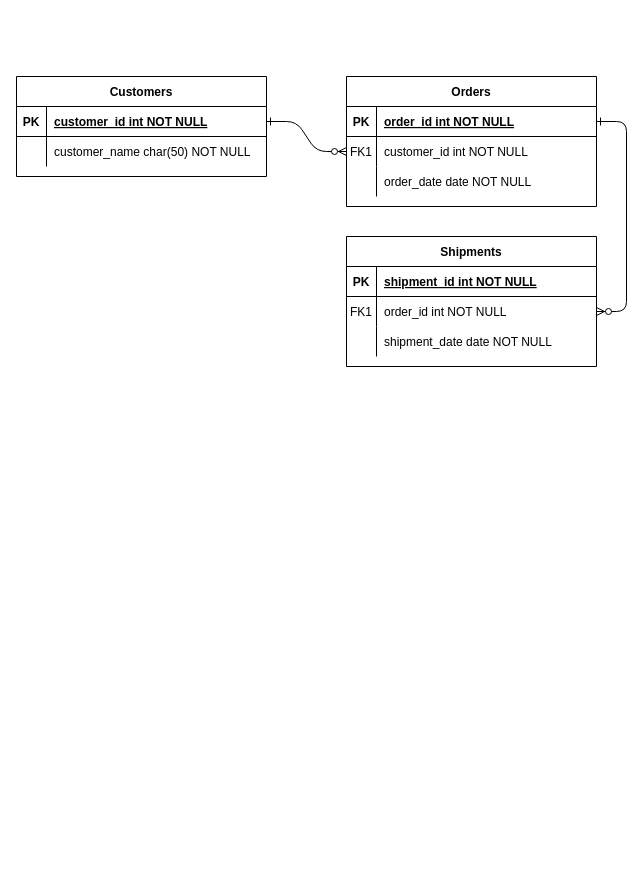
Above: Untitled Diagram.drawio in EveAndrea/sql_biblioteca (draw.io), before the change. Source tidied: cells renumbered, new cells numbered last; positions are measured from the earlier drawing's top-left corner, leaving out a move shared by most shapes. Both pictures are drawn from the tidied source at 100%, with x=0, y=0 at pixel (16, 76).
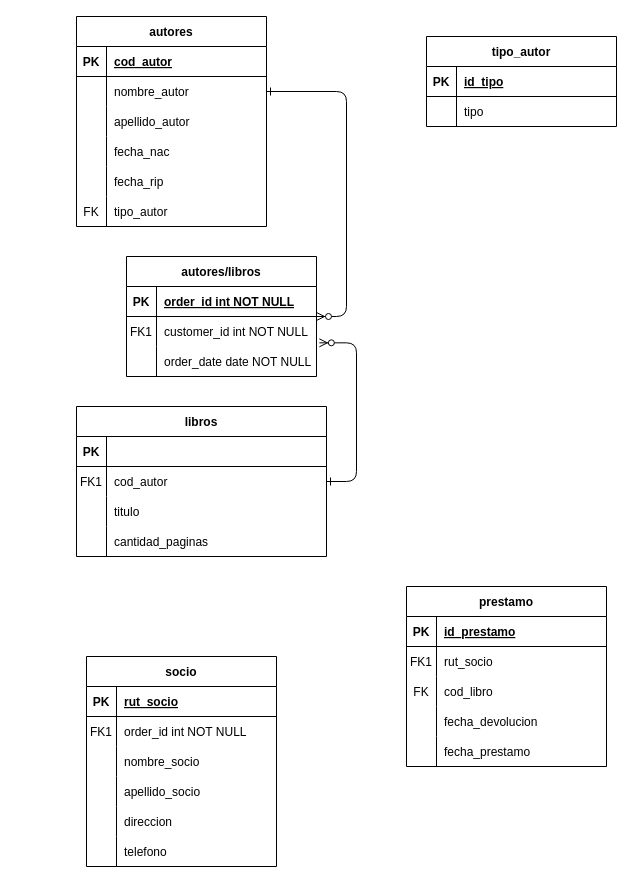
The same page after the edit.

Unchanged cells that the change refers to:
```xml
<mxCell id="15" style="shape=partialRectangle;fillColor=none;top=0;left=0;right=0;bottom=1;" parent="14" vertex="1">
  <mxGeometry y="30" width="250" height="30" as="geometry" />
</mxCell>
<mxCell id="18" style="shape=partialRectangle;fillColor=none;points=[[0,0.5],[1,0.5]];portConstraint=eastwest;top=0;left=0;right=0;bottom=0;" parent="14" vertex="1">
  <mxGeometry y="60" width="250" height="30" as="geometry" />
</mxCell>
<mxCell id="21" style="shape=partialRectangle;fillColor=none;top=0;left=0;right=0;bottom=0;" parent="14" vertex="1">
  <mxGeometry y="90" width="250" height="30" as="geometry" />
</mxCell>
```

What changed in the source:
```diff
@@
-    <mxCell id="2" style="edgeStyle=entityRelationEdgeStyle;endArrow=ERzeroToMany;startArrow=ERone;endFill=1;startFill=0;" parent="1" edge="1" source="25" target="8">
+    <mxCell id="2" style="edgeStyle=entityRelationEdgeStyle;endArrow=ERzeroToMany;startArrow=ERone;endFill=1;startFill=0;exitX=1;exitY=0.5;exitDx=0;exitDy=0;" parent="1" edge="1" source="28" target="4">
       <mxGeometry relative="1" as="geometry" />
     </mxCell>
-    <mxCell id="3" style="edgeStyle=entityRelationEdgeStyle;endArrow=ERzeroToMany;startArrow=ERone;endFill=1;startFill=0;" parent="1" edge="1" source="5" target="18">
+    <mxCell id="3" style="edgeStyle=entityRelationEdgeStyle;endArrow=ERzeroToMany;startArrow=ERone;endFill=1;startFill=0;entryX=1.015;entryY=0.878;entryDx=0;entryDy=0;entryPerimeter=0;" parent="1" edge="1" source="14" target="8">
       <mxGeometry relative="1" as="geometry" />
     </mxCell>
-    <mxCell id="4" value="Orders" style="shape=table;startSize=30;childLayout=tableLayout;rowLines=0;fontStyle=1;align=center;" parent="1" vertex="1">
-      <mxGeometry x="330" width="250" height="130" as="geometry" />
+    <mxCell id="4" value="autores/libros" style="shape=table;startSize=30;childLayout=tableLayout;rowLines=0;fontStyle=1;align=center;" parent="1" vertex="1">
+      <mxGeometry x="110" y="180" width="190" height="120" as="geometry" />
     </mxCell>
     <mxCell id="5" style="shape=partialRectangle;fillColor=none;points=[[0,0.5],[1,0.5]];portConstraint=eastwest;top=0;left=0;right=0;bottom=1;" parent="4" vertex="1">
-      <mxGeometry y="30" width="250" height="30" as="geometry" />
+      <mxGeometry y="30" width="190" height="30" as="geometry" />
     </mxCell>
@@
     <mxCell id="7" value="order_id int NOT NULL " style="shape=partialRectangle;overflow=hidden;fillColor=none;top=0;left=0;bottom=0;right=0;align=left;spacingLeft=6;fontStyle=5;" parent="5" vertex="1">
-      <mxGeometry x="30" width="220" height="30" as="geometry" />
+      <mxGeometry x="30" width="160" height="30" as="geometry" />
     </mxCell>
     <mxCell id="8" style="shape=partialRectangle;fillColor=none;points=[[0,0.5],[1,0.5]];portConstraint=eastwest;top=0;left=0;right=0;bottom=0;" parent="4" vertex="1">
-      <mxGeometry y="60" width="250" height="30" as="geometry" />
+      <mxGeometry y="60" width="190" height="30" as="geometry" />
     </mxCell>
@@
     <mxCell id="10" value="customer_id int NOT NULL" style="shape=partialRectangle;overflow=hidden;fillColor=none;top=0;left=0;bottom=0;right=0;align=left;spacingLeft=6;" parent="8" vertex="1">
-      <mxGeometry x="30" width="220" height="30" as="geometry" />
+      <mxGeometry x="30" width="160" height="30" as="geometry" />
     </mxCell>
     <mxCell id="11" style="shape=partialRectangle;fillColor=none;top=0;left=0;right=0;bottom=0;" parent="4" vertex="1">
-      <mxGeometry y="90" width="250" height="30" as="geometry" />
+      <mxGeometry y="90" width="190" height="30" as="geometry" />
     </mxCell>
@@
     <mxCell id="13" value="order_date date NOT NULL" style="shape=partialRectangle;overflow=hidden;fillColor=none;top=0;left=0;bottom=0;right=0;align=left;spacingLeft=6;" parent="11" vertex="1">
-      <mxGeometry x="30" width="220" height="30" as="geometry" />
+      <mxGeometry x="30" width="160" height="30" as="geometry" />
     </mxCell>
-    <mxCell id="14" value="Shipments" style="shape=table;startSize=30;childLayout=tableLayout;rowLines=0;fontStyle=1;align=center;" parent="1" vertex="1">
-      <mxGeometry x="330" y="160" width="250" height="130" as="geometry" />
+    <mxCell id="14" value="libros" style="shape=table;startSize=30;childLayout=tableLayout;rowLines=0;fontStyle=1;align=center;swimlaneLine=1;" parent="1" vertex="1">
+      <mxGeometry x="60" y="330" width="250" height="150" as="geometry" />
     </mxCell>
@@
-    <mxCell id="17" value="shipment_id int NOT NULL " style="shape=partialRectangle;overflow=hidden;fillColor=none;top=0;left=0;bottom=0;right=0;align=left;spacingLeft=6;fontStyle=5;" parent="15" vertex="1">
+    <mxCell id="17" style="shape=partialRectangle;overflow=hidden;fillColor=none;top=0;left=0;bottom=0;right=0;align=left;spacingLeft=6;fontStyle=5;" parent="15" vertex="1">
       <mxGeometry x="30" width="220" height="30" as="geometry" />
     </mxCell>
@@
-    <mxCell id="20" value="order_id int NOT NULL" style="shape=partialRectangle;overflow=hidden;fillColor=none;top=0;left=0;bottom=0;right=0;align=left;spacingLeft=6;" parent="18" vertex="1">
+    <mxCell id="20" value="cod_autor" style="shape=partialRectangle;overflow=hidden;fillColor=none;top=0;left=0;bottom=0;right=0;align=left;spacingLeft=6;" parent="18" vertex="1">
       <mxGeometry x="30" width="220" height="30" as="geometry" />
     </mxCell>
@@
-    <mxCell id="23" value="shipment_date date NOT NULL" style="shape=partialRectangle;overflow=hidden;fillColor=none;top=0;left=0;bottom=0;right=0;align=left;spacingLeft=6;" parent="21" vertex="1">
+    <mxCell id="23" value="titulo" style="shape=partialRectangle;overflow=hidden;fillColor=none;top=0;left=0;bottom=0;right=0;align=left;spacingLeft=6;" parent="21" vertex="1">
       <mxGeometry x="30" width="220" height="30" as="geometry" />
     </mxCell>
+    <mxCell id="31" style="shape=tableRow;horizontal=0;startSize=0;swimlaneHead=0;swimlaneBody=0;fillColor=none;top=0;left=0;right=0;bottom=0;fontFamily=Helvetica;fontSize=12;fontColor=default;strokeColor=default;" parent="14" vertex="1">
+      <mxGeometry y="120" width="250" height="30" as="geometry" />
+    </mxCell>
+    <mxCell id="32" style="shape=partialRectangle;fillColor=none;top=0;left=0;bottom=0;right=0;overflow=hidden;fontFamily=Helvetica;fontSize=12;fontColor=default;startSize=30;strokeColor=default;" parent="31" vertex="1">
+      <mxGeometry width="30" height="30" as="geometry" />
+    </mxCell>
+    <mxCell id="33" value="cantidad_paginas" style="shape=partialRectangle;fillColor=none;top=0;left=0;bottom=0;right=0;align=left;spacingLeft=6;overflow=hidden;fontFamily=Helvetica;fontSize=12;fontColor=default;startSize=30;strokeColor=default;" parent="31" vertex="1">
+      <mxGeometry x="30" width="220" height="30" as="geometry" />
+    </mxCell>
-    <mxCell id="24" value="Customers" style="shape=table;startSize=30;childLayout=tableLayout;rowLines=0;fontStyle=1;align=center;" parent="1" vertex="1">
-      <mxGeometry width="250" height="100" as="geometry" />
+    <mxCell id="24" value="autores" style="shape=table;startSize=30;childLayout=tableLayout;rowLines=0;fontStyle=1;align=center;" parent="1" vertex="1">
+      <mxGeometry x="60" y="-60" width="190" height="210" as="geometry" />
     </mxCell>
     <mxCell id="25" style="shape=partialRectangle;fillColor=none;points=[[0,0.5],[1,0.5]];portConstraint=eastwest;top=0;left=0;right=0;bottom=1;" parent="24" vertex="1">
-      <mxGeometry y="30" width="250" height="30" as="geometry" />
+      <mxGeometry y="30" width="190" height="30" as="geometry" />
     </mxCell>
@@
-    <mxCell id="27" value="customer_id int NOT NULL " style="shape=partialRectangle;overflow=hidden;fillColor=none;top=0;left=0;bottom=0;right=0;align=left;spacingLeft=6;fontStyle=5;" parent="25" vertex="1">
-      <mxGeometry x="30" width="220" height="30" as="geometry" />
+    <mxCell id="27" value="cod_autor" style="shape=partialRectangle;overflow=hidden;fillColor=none;top=0;left=0;bottom=0;right=0;align=left;spacingLeft=6;fontStyle=5;" parent="25" vertex="1">
+      <mxGeometry x="30" width="160" height="30" as="geometry" />
     </mxCell>
     <mxCell id="28" style="shape=partialRectangle;fillColor=none;points=[[0,0.5],[1,0.5]];portConstraint=eastwest;top=0;left=0;right=0;bottom=0;" parent="24" vertex="1">
-      <mxGeometry y="60" width="250" height="30" as="geometry" />
+      <mxGeometry y="60" width="190" height="30" as="geometry" />
     </mxCell>
@@
-    <mxCell id="30" value="customer_name char(50) NOT NULL" style="shape=partialRectangle;overflow=hidden;fillColor=none;top=0;left=0;bottom=0;right=0;align=left;spacingLeft=6;" parent="28" vertex="1">
-      <mxGeometry x="30" width="220" height="30" as="geometry" />
+    <mxCell id="30" value="nombre_autor" style="shape=partialRectangle;overflow=hidden;fillColor=none;top=0;left=0;bottom=0;right=0;align=left;spacingLeft=6;" parent="28" vertex="1">
+      <mxGeometry x="30" width="160" height="30" as="geometry" />
     </mxCell>
+    <mxCell id="34" style="shape=tableRow;horizontal=0;startSize=0;swimlaneHead=0;swimlaneBody=0;fillColor=none;top=0;left=0;right=0;bottom=0;fontFamily=Helvetica;fontSize=12;fontColor=default;strokeColor=default;" parent="24" vertex="1">
+      <mxGeometry y="90" width="190" height="30" as="geometry" />
+    </mxCell>
+    <mxCell id="35" style="shape=partialRectangle;fillColor=none;top=0;left=0;bottom=0;right=0;overflow=hidden;fontFamily=Helvetica;fontSize=12;fontColor=default;startSize=30;strokeColor=default;" parent="34" vertex="1">
+      <mxGeometry width="30" height="30" as="geometry" />
+    </mxCell>
+    <mxCell id="36" value="apellido_autor" style="shape=partialRectangle;fillColor=none;top=0;left=0;bottom=0;right=0;align=left;spacingLeft=6;overflow=hidden;fontFamily=Helvetica;fontSize=12;fontColor=default;startSize=30;strokeColor=default;" parent="34" vertex="1">
+      <mxGeometry x="30" width="160" height="30" as="geometry" />
+    </mxCell>
+    <mxCell id="37" style="shape=tableRow;horizontal=0;startSize=0;swimlaneHead=0;swimlaneBody=0;fillColor=none;top=0;left=0;right=0;bottom=0;fontFamily=Helvetica;fontSize=12;fontColor=default;strokeColor=default;" parent="24" vertex="1">
+      <mxGeometry y="120" width="190" height="30" as="geometry" />
+    </mxCell>
+    <mxCell id="38" style="shape=partialRectangle;fillColor=none;top=0;left=0;bottom=0;right=0;overflow=hidden;fontFamily=Helvetica;fontSize=12;fontColor=default;startSize=30;strokeColor=default;" parent="37" vertex="1">
+      <mxGeometry width="30" height="30" as="geometry" />
+    </mxCell>
+    <mxCell id="39" value="fecha_nac" style="shape=partialRectangle;fillColor=none;top=0;left=0;bottom=0;right=0;align=left;spacingLeft=6;overflow=hidden;fontFamily=Helvetica;fontSize=12;fontColor=default;startSize=30;strokeColor=default;" parent="37" vertex="1">
+      <mxGeometry x="30" width="160" height="30" as="geometry" />
+    </mxCell>
+    <mxCell id="40" style="shape=tableRow;horizontal=0;startSize=0;swimlaneHead=0;swimlaneBody=0;fillColor=none;top=0;left=0;right=0;bottom=0;fontFamily=Helvetica;fontSize=12;fontColor=default;strokeColor=default;" parent="24" vertex="1">
+      <mxGeometry y="150" width="190" height="30" as="geometry" />
+    </mxCell>
+    <mxCell id="41" style="shape=partialRectangle;fillColor=none;top=0;left=0;bottom=0;right=0;overflow=hidden;fontFamily=Helvetica;fontSize=12;fontColor=default;startSize=30;strokeColor=default;" parent="40" vertex="1">
+      <mxGeometry width="30" height="30" as="geometry" />
+    </mxCell>
+    <mxCell id="42" value="fecha_rip" style="shape=partialRectangle;fillColor=none;top=0;left=0;bottom=0;right=0;align=left;spacingLeft=6;overflow=hidden;fontFamily=Helvetica;fontSize=12;fontColor=default;startSize=30;strokeColor=default;" parent="40" vertex="1">
+      <mxGeometry x="30" width="160" height="30" as="geometry" />
+    </mxCell>
+    <mxCell id="43" style="shape=tableRow;horizontal=0;startSize=0;swimlaneHead=0;swimlaneBody=0;fillColor=none;top=0;left=0;right=0;bottom=0;fontFamily=Helvetica;fontSize=12;fontColor=default;strokeColor=default;" parent="24" vertex="1">
+      <mxGeometry y="180" width="190" height="30" as="geometry" />
+    </mxCell>
+    <mxCell id="44" value="FK" style="shape=partialRectangle;fillColor=none;top=0;left=0;bottom=0;right=0;fontStyle=0;overflow=hidden;fontFamily=Helvetica;fontSize=12;fontColor=default;startSize=30;strokeColor=default;" parent="43" vertex="1">
+      <mxGeometry width="30" height="30" as="geometry" />
+    </mxCell>
+    <mxCell id="45" value="tipo_autor" style="shape=partialRectangle;fillColor=none;top=0;left=0;bottom=0;right=0;align=left;spacingLeft=6;fontStyle=0;overflow=hidden;fontFamily=Helvetica;fontSize=12;fontColor=default;startSize=30;strokeColor=default;" parent="43" vertex="1">
+      <mxGeometry x="30" width="160" height="30" as="geometry" />
+    </mxCell>
+    <mxCell id="46" value="tipo_autor" style="shape=table;startSize=30;childLayout=tableLayout;rowLines=0;fontStyle=1;align=center;" parent="1" vertex="1">
+      <mxGeometry x="410" y="-40" width="190" height="90" as="geometry" />
+    </mxCell>
+    <mxCell id="47" style="shape=partialRectangle;fillColor=none;top=0;left=0;right=0;bottom=1;" parent="46" vertex="1">
+      <mxGeometry y="30" width="190" height="30" as="geometry" />
+    </mxCell>
+    <mxCell id="48" value="PK" style="shape=partialRectangle;overflow=hidden;fillColor=none;top=0;left=0;bottom=0;right=0;fontStyle=1;" parent="47" vertex="1">
+      <mxGeometry width="30" height="30" as="geometry" />
+    </mxCell>
+    <mxCell id="49" value="id_tipo" style="shape=partialRectangle;overflow=hidden;fillColor=none;top=0;left=0;bottom=0;right=0;align=left;spacingLeft=6;fontStyle=5;" parent="47" vertex="1">
+      <mxGeometry x="30" width="160" height="30" as="geometry" />
+    </mxCell>
+    <mxCell id="50" style="shape=partialRectangle;fillColor=none;top=0;left=0;right=0;bottom=0;" parent="46" vertex="1">
+      <mxGeometry y="60" width="190" height="30" as="geometry" />
+    </mxCell>
+    <mxCell id="51" style="shape=partialRectangle;overflow=hidden;fillColor=none;top=0;left=0;bottom=0;right=0;" parent="50" vertex="1">
+      <mxGeometry width="30" height="30" as="geometry" />
+    </mxCell>
+    <mxCell id="52" value="tipo" style="shape=partialRectangle;overflow=hidden;fillColor=none;top=0;left=0;bottom=0;right=0;align=left;spacingLeft=6;" parent="50" vertex="1">
+      <mxGeometry x="30" width="160" height="30" as="geometry" />
+    </mxCell>
+    <mxCell id="53" value="prestamo" style="shape=table;startSize=30;childLayout=tableLayout;rowLines=0;fontStyle=1;align=center;" parent="1" vertex="1">
+      <mxGeometry x="390" y="510" width="200" height="180" as="geometry" />
+    </mxCell>
+    <mxCell id="54" style="shape=partialRectangle;fillColor=none;top=0;left=0;right=0;bottom=1;" parent="53" vertex="1">
+      <mxGeometry y="30" width="200" height="30" as="geometry" />
+    </mxCell>
+    <mxCell id="55" value="PK" style="shape=partialRectangle;overflow=hidden;fillColor=none;top=0;left=0;bottom=0;right=0;fontStyle=1;" parent="54" vertex="1">
+      <mxGeometry width="30" height="30" as="geometry" />
+    </mxCell>
+    <mxCell id="56" value="id_prestamo" style="shape=partialRectangle;overflow=hidden;fillColor=none;top=0;left=0;bottom=0;right=0;align=left;spacingLeft=6;fontStyle=5;" parent="54" vertex="1">
+      <mxGeometry x="30" width="170" height="30" as="geometry" />
+    </mxCell>
+    <mxCell id="57" style="shape=partialRectangle;fillColor=none;top=0;left=0;right=0;bottom=0;" parent="53" vertex="1">
+      <mxGeometry y="60" width="200" height="30" as="geometry" />
+    </mxCell>
+    <mxCell id="58" value="FK1" style="shape=partialRectangle;overflow=hidden;fillColor=none;top=0;left=0;bottom=0;right=0;" parent="57" vertex="1">
+      <mxGeometry width="30" height="30" as="geometry" />
+    </mxCell>
+    <mxCell id="59" value="rut_socio" style="shape=partialRectangle;overflow=hidden;fillColor=none;top=0;left=0;bottom=0;right=0;align=left;spacingLeft=6;" parent="57" vertex="1">
+      <mxGeometry x="30" width="170" height="30" as="geometry" />
+    </mxCell>
+    <mxCell id="60" style="shape=tableRow;horizontal=0;startSize=0;swimlaneHead=0;swimlaneBody=0;fillColor=none;top=0;left=0;right=0;bottom=0;fontFamily=Helvetica;fontSize=12;fontColor=default;strokeColor=default;" parent="53" vertex="1">
+      <mxGeometry y="90" width="200" height="30" as="geometry" />
+    </mxCell>
+    <mxCell id="61" value="FK" style="shape=partialRectangle;fillColor=none;top=0;left=0;bottom=0;right=0;fontStyle=0;overflow=hidden;fontFamily=Helvetica;fontSize=12;fontColor=default;startSize=30;strokeColor=default;" parent="60" vertex="1">
+      <mxGeometry width="30" height="30" as="geometry" />
+    </mxCell>
+    <mxCell id="62" value="cod_libro" style="shape=partialRectangle;fillColor=none;top=0;left=0;bottom=0;right=0;align=left;spacingLeft=6;fontStyle=0;overflow=hidden;fontFamily=Helvetica;fontSize=12;fontColor=default;startSize=30;strokeColor=default;" parent="60" vertex="1">
+      <mxGeometry x="30" width="170" height="30" as="geometry" />
+    </mxCell>
+    <mxCell id="63" style="shape=tableRow;horizontal=0;startSize=0;swimlaneHead=0;swimlaneBody=0;fillColor=none;top=0;left=0;right=0;bottom=0;fontFamily=Helvetica;fontSize=12;fontColor=default;strokeColor=default;" parent="53" vertex="1">
+      <mxGeometry y="120" width="200" height="30" as="geometry" />
+    </mxCell>
+    <mxCell id="64" style="shape=partialRectangle;fillColor=none;top=0;left=0;bottom=0;right=0;overflow=hidden;fontFamily=Helvetica;fontSize=12;fontColor=default;startSize=30;strokeColor=default;" parent="63" vertex="1">
+      <mxGeometry width="30" height="30" as="geometry" />
+    </mxCell>
+    <mxCell id="65" value="fecha_devolucion" style="shape=partialRectangle;fillColor=none;top=0;left=0;bottom=0;right=0;align=left;spacingLeft=6;overflow=hidden;fontFamily=Helvetica;fontSize=12;fontColor=default;startSize=30;strokeColor=default;" parent="63" vertex="1">
+      <mxGeometry x="30" width="170" height="30" as="geometry" />
+    </mxCell>
+    <mxCell id="66" style="shape=partialRectangle;fillColor=none;top=0;left=0;right=0;bottom=0;" parent="53" vertex="1">
+      <mxGeometry y="150" width="200" height="30" as="geometry" />
+    </mxCell>
+    <mxCell id="67" style="shape=partialRectangle;overflow=hidden;fillColor=none;top=0;left=0;bottom=0;right=0;" parent="66" vertex="1">
+      <mxGeometry width="30" height="30" as="geometry" />
+    </mxCell>
+    <mxCell id="68" value="fecha_prestamo" style="shape=partialRectangle;overflow=hidden;fillColor=none;top=0;left=0;bottom=0;right=0;align=left;spacingLeft=6;" parent="66" vertex="1">
+      <mxGeometry x="30" width="170" height="30" as="geometry" />
+    </mxCell>
+    <mxCell id="69" value="socio" style="shape=table;startSize=30;childLayout=tableLayout;rowLines=0;fontStyle=1;align=center;" parent="1" vertex="1">
+      <mxGeometry x="70" y="580" width="190" height="210" as="geometry" />
+    </mxCell>
+    <mxCell id="70" style="shape=partialRectangle;fillColor=none;top=0;left=0;right=0;bottom=1;" parent="69" vertex="1">
+      <mxGeometry y="30" width="190" height="30" as="geometry" />
+    </mxCell>
+    <mxCell id="71" value="PK" style="shape=partialRectangle;overflow=hidden;fillColor=none;top=0;left=0;bottom=0;right=0;fontStyle=1;" parent="70" vertex="1">
+      <mxGeometry width="30" height="30" as="geometry" />
+    </mxCell>
+    <mxCell id="72" value="rut_socio" style="shape=partialRectangle;overflow=hidden;fillColor=none;top=0;left=0;bottom=0;right=0;align=left;spacingLeft=6;fontStyle=5;" parent="70" vertex="1">
+      <mxGeometry x="30" width="160" height="30" as="geometry" />
+    </mxCell>
+    <mxCell id="73" style="shape=partialRectangle;fillColor=none;top=0;left=0;right=0;bottom=0;" parent="69" vertex="1">
+      <mxGeometry y="60" width="190" height="30" as="geometry" />
+    </mxCell>
+    <mxCell id="74" value="FK1" style="shape=partialRectangle;overflow=hidden;fillColor=none;top=0;left=0;bottom=0;right=0;" parent="73" vertex="1">
+      <mxGeometry width="30" height="30" as="geometry" />
+    </mxCell>
+    <mxCell id="75" value="order_id int NOT NULL" style="shape=partialRectangle;overflow=hidden;fillColor=none;top=0;left=0;bottom=0;right=0;align=left;spacingLeft=6;" parent="73" vertex="1">
+      <mxGeometry x="30" width="160" height="30" as="geometry" />
+    </mxCell>
+    <mxCell id="76" style="shape=partialRectangle;fillColor=none;top=0;left=0;right=0;bottom=0;" parent="69" vertex="1">
+      <mxGeometry y="90" width="190" height="30" as="geometry" />
+    </mxCell>
+    <mxCell id="77" style="shape=partialRectangle;overflow=hidden;fillColor=none;top=0;left=0;bottom=0;right=0;" parent="76" vertex="1">
+      <mxGeometry width="30" height="30" as="geometry" />
+    </mxCell>
+    <mxCell id="78" value="nombre_socio" style="shape=partialRectangle;overflow=hidden;fillColor=none;top=0;left=0;bottom=0;right=0;align=left;spacingLeft=6;" parent="76" vertex="1">
+      <mxGeometry x="30" width="160" height="30" as="geometry" />
+    </mxCell>
+    <mxCell id="79" style="shape=tableRow;horizontal=0;startSize=0;swimlaneHead=0;swimlaneBody=0;fillColor=none;top=0;left=0;right=0;bottom=0;fontFamily=Helvetica;fontSize=12;fontColor=default;strokeColor=default;" parent="69" vertex="1">
+      <mxGeometry y="120" width="190" height="30" as="geometry" />
+    </mxCell>
+    <mxCell id="80" style="shape=partialRectangle;fillColor=none;top=0;left=0;bottom=0;right=0;overflow=hidden;fontFamily=Helvetica;fontSize=12;fontColor=default;startSize=30;strokeColor=default;" parent="79" vertex="1">
+      <mxGeometry width="30" height="30" as="geometry" />
+    </mxCell>
+    <mxCell id="81" value="apellido_socio" style="shape=partialRectangle;fillColor=none;top=0;left=0;bottom=0;right=0;align=left;spacingLeft=6;overflow=hidden;fontFamily=Helvetica;fontSize=12;fontColor=default;startSize=30;strokeColor=default;" parent="79" vertex="1">
+      <mxGeometry x="30" width="160" height="30" as="geometry" />
+    </mxCell>
+    <mxCell id="82" style="shape=tableRow;horizontal=0;startSize=0;swimlaneHead=0;swimlaneBody=0;fillColor=none;top=0;left=0;right=0;bottom=0;fontFamily=Helvetica;fontSize=12;fontColor=default;strokeColor=default;" parent="69" vertex="1">
+      <mxGeometry y="150" width="190" height="30" as="geometry" />
+    </mxCell>
+    <mxCell id="83" style="shape=partialRectangle;fillColor=none;top=0;left=0;bottom=0;right=0;overflow=hidden;fontFamily=Helvetica;fontSize=12;fontColor=default;startSize=30;strokeColor=default;" parent="82" vertex="1">
+      <mxGeometry width="30" height="30" as="geometry" />
+    </mxCell>
+    <mxCell id="84" value="direccion" style="shape=partialRectangle;fillColor=none;top=0;left=0;bottom=0;right=0;align=left;spacingLeft=6;overflow=hidden;fontFamily=Helvetica;fontSize=12;fontColor=default;startSize=30;strokeColor=default;" parent="82" vertex="1">
+      <mxGeometry x="30" width="160" height="30" as="geometry" />
+    </mxCell>
+    <mxCell id="85" style="shape=tableRow;horizontal=0;startSize=0;swimlaneHead=0;swimlaneBody=0;fillColor=none;top=0;left=0;right=0;bottom=0;fontFamily=Helvetica;fontSize=12;fontColor=default;strokeColor=default;" parent="69" vertex="1">
+      <mxGeometry y="180" width="190" height="30" as="geometry" />
+    </mxCell>
+    <mxCell id="86" style="shape=partialRectangle;fillColor=none;top=0;left=0;bottom=0;right=0;overflow=hidden;fontFamily=Helvetica;fontSize=12;fontColor=default;startSize=30;strokeColor=default;" parent="85" vertex="1">
+      <mxGeometry width="30" height="30" as="geometry" />
+    </mxCell>
+    <mxCell id="87" value="telefono" style="shape=partialRectangle;fillColor=none;top=0;left=0;bottom=0;right=0;align=left;spacingLeft=6;overflow=hidden;fontFamily=Helvetica;fontSize=12;fontColor=default;startSize=30;strokeColor=default;" parent="85" vertex="1">
+      <mxGeometry x="30" width="160" height="30" as="geometry" />
+    </mxCell>
```
